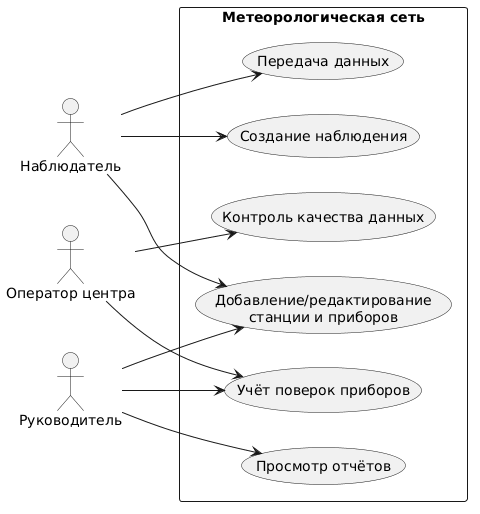
Before: docs/images/use-case.png, a diagram exported from PlantUML (BelozerovaA/weather-network).
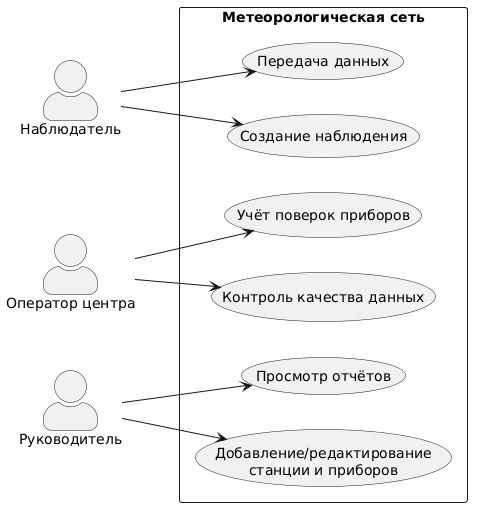
Above is the later version.

What changed in the source:
```diff
@@ -1,28 +1,27 @@
 @startuml
 left to right direction
 skinparam packageStyle rectangle
+skinparam actorStyle awesome
 
 actor "Наблюдатель" as Observer
 actor "Оператор центра" as Operator
 actor "Руководитель" as Manager
 
 rectangle "Метеорологическая сеть" {
-  usecase "Добавление/редактирование\nстанции и приборов" as UC1
-  usecase "Создание наблюдения" as UC2
-  usecase "Передача данных" as UC3
-  usecase "Контроль качества данных" as UC4
+  usecase "Создание наблюдения" as UC1
+  usecase "Передача данных" as UC2
+  usecase "Контроль качества данных" as UC3
+  usecase "Добавление/редактирование\nстанции и приборов" as UC4
   usecase "Учёт поверок приборов" as UC5
   usecase "Просмотр отчётов" as UC6
 }
 
 Observer --> UC1
 Observer --> UC2
-Observer --> UC3
 
-Operator --> UC4
+Operator --> UC3
 Operator --> UC5
 
-Manager --> UC1
-Manager --> UC5
+Manager --> UC4
 Manager --> UC6
 @enduml
```
